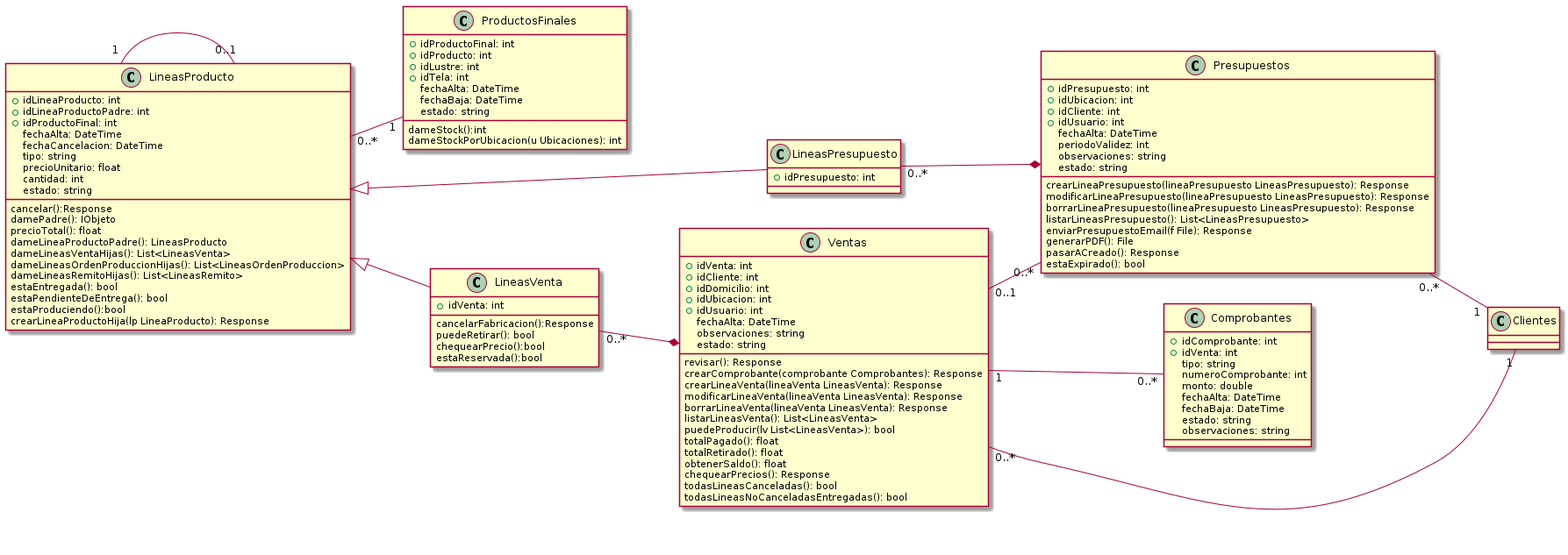
Earlier version of the PlantUML export Informe Final/Imagenes/DiagramaClases/Vistas/vistaPresupuestosVentas.png (ZMGestion/DocumentacionZMGestion).
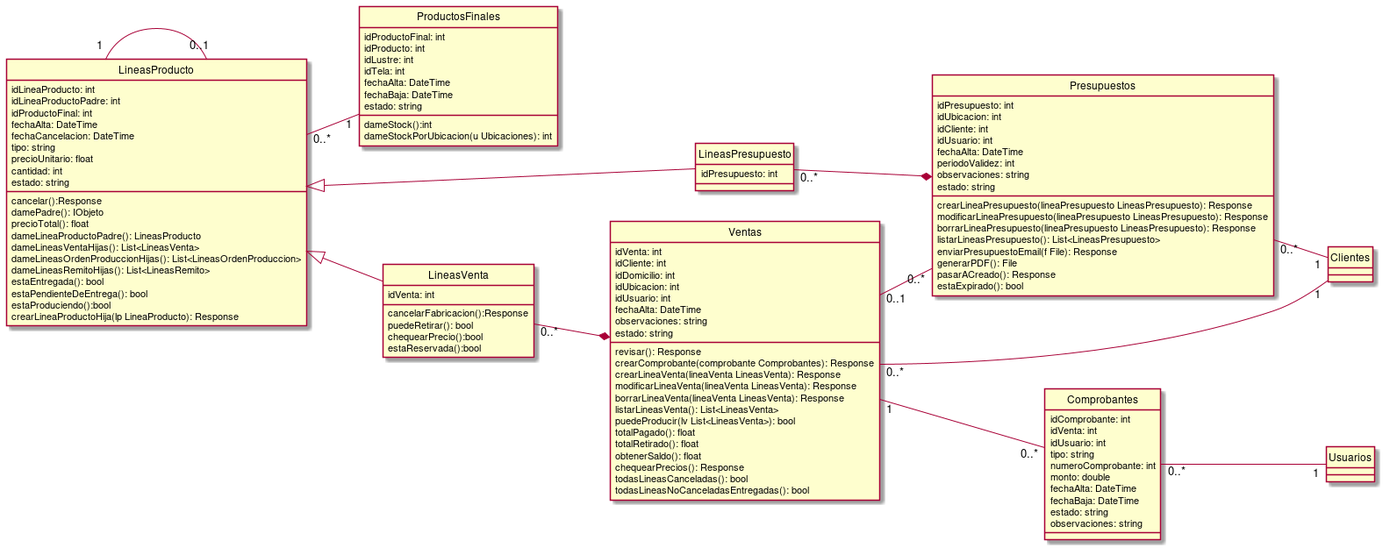
Above is the later version.

Change to the diagram source:
```diff
@@ -1,109 +1,11 @@
 @startuml vistaPresupuestosVentas
-class ProductosFinales{
-    +idProductoFinal: int
-    +idProducto: int
-    +idLustre: int
-    +idTela: int
-    fechaAlta: DateTime
-    fechaBaja: DateTime
-    estado: string
-
-    dameStock():int
-    dameStockPorUbicacion(u Ubicaciones): int
-
-
-}
-class LineasProducto{
-    +idLineaProducto: int
-    +idLineaProductoPadre: int
-    +idProductoFinal: int
-    fechaAlta: DateTime
-    fechaCancelacion: DateTime
-    tipo: string
-    precioUnitario: float
-    cantidad: int
-    estado: string
-
-
-    cancelar():Response
-    damePadre(): IObjeto
-    precioTotal(): float
-    dameLineaProductoPadre(): LineasProducto
-    dameLineasVentaHijas(): List<LineasVenta>
-    dameLineasOrdenProduccionHijas(): List<LineasOrdenProduccion>
-    dameLineasRemitoHijas(): List<LineasRemito>
-    estaEntregada(): bool
-    estaPendienteDeEntrega(): bool
-    estaProduciendo():bool
-    crearLineaProductoHija(lp LineaProducto): Response
-}
-class LineasVenta{
-    +idVenta: int
-
-    cancelarFabricacion():Response
-    puedeRetirar(): bool
-    chequearPrecio():bool
-    estaReservada():bool
-
-}
-class LineasPresupuesto{
-    +idPresupuesto: int
-}
-class Ventas{
-    +idVenta: int
-    +idCliente: int
-    +idDomicilio: int
-    +idUbicacion: int
-    +idUsuario: int
-    fechaAlta: DateTime
-    observaciones: string
-    estado: string
-
-    revisar(): Response
-    crearComprobante(comprobante Comprobantes): Response
-    crearLineaVenta(lineaVenta LineasVenta): Response
-    modificarLineaVenta(lineaVenta LineasVenta): Response
-    borrarLineaVenta(lineaVenta LineasVenta): Response
-    listarLineasVenta(): List<LineasVenta>
-    puedeProducir(lv List<LineasVenta>): bool
-    totalPagado(): float
-    totalRetirado(): float
-    obtenerSaldo(): float
-    chequearPrecios(): Response
-    todasLineasCanceladas(): bool
-    todasLineasNoCanceladasEntregadas(): bool
-
-}
-class Presupuestos{
-    +idPresupuesto: int
-    +idUbicacion: int
-    +idCliente: int
-    +idUsuario: int
-    fechaAlta: DateTime
-    periodoValidez: int
-    observaciones: string
-    estado: string
-
-    crearLineaPresupuesto(lineaPresupuesto LineasPresupuesto): Response
-    modificarLineaPresupuesto(lineaPresupuesto LineasPresupuesto): Response
-    borrarLineaPresupuesto(lineaPresupuesto LineasPresupuesto): Response
-    listarLineasPresupuesto(): List<LineasPresupuesto>
-    enviarPresupuestoEmail(f File): Response
-    generarPDF(): File
-    pasarACreado(): Response
-    estaExpirado(): bool
-}
-class Comprobantes{
-    +idComprobante: int
-    +idVenta: int
-    tipo: string
-    numeroComprobante: int
-    monto: double
-    fechaAlta: DateTime
-    fechaBaja: DateTime
-    estado: string
-    observaciones: string
-}
+!include ./Clases/ProductosFinales.puml
+!include ./Clases/LineasProducto.puml
+!include ./Clases/LineasVenta.puml
+!include ./Clases/LineasPresupuesto.puml
+!include ./Clases/Ventas.puml
+!include ./Clases/Presupuestos.puml
+!include ./Clases/Comprobantes.puml
 
 left to right direction
 LineasProducto <|-- LineasVenta
@@ -116,4 +18,5 @@
 Ventas "0..1" -- "0..*" Presupuestos
 LineasProducto "0..*"--"1" ProductosFinales
 Ventas "1" -- "0..*" Comprobantes
+Comprobantes "0..*" -- "1" Usuarios
 @enduml
```
